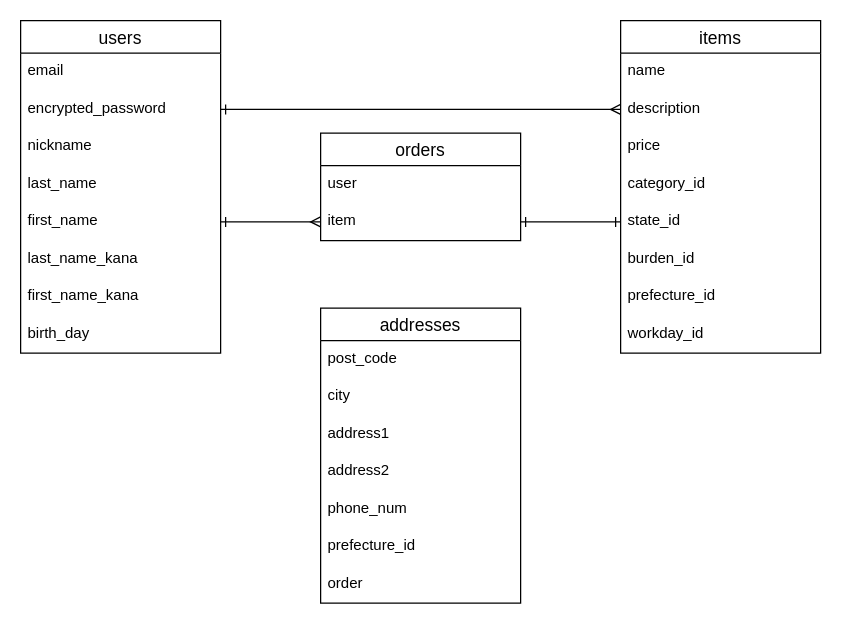
Above: er.drawio in nanarin829/furima-kagawa2022-nekosanteam (draw.io), before the change. Source tidied: cells renumbered, new cells numbered last; positions are measured from the earlier drawing's top-left corner, leaving out a move shared by most shapes. Both pictures are drawn from the tidied source at 125%, with x=0, y=0 at pixel (20, 20).
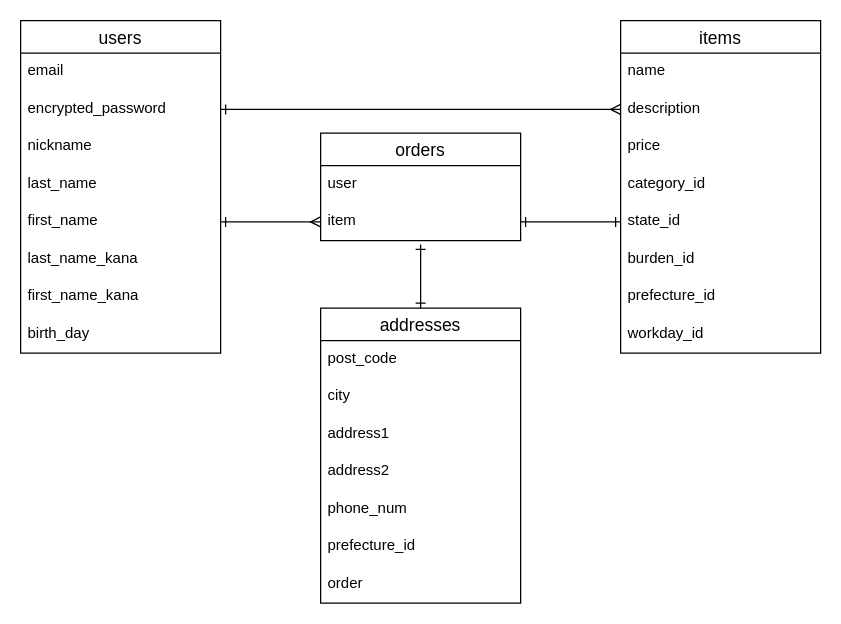
The same page after the edit.

Commit message (it also covers changes not shown here):
README.mdとER図の修正3

Unchanged cells that the change refers to:
```xml
<mxCell id="20" value="addresses" style="swimlane;fontStyle=0;horizontal=1;startSize=26;align=center;fontSize=14;" parent="1" vertex="1">
  <mxGeometry x="240" y="230" width="160" height="236" as="geometry" />
</mxCell>
<mxCell id="31" value="item" style="text;strokeColor=none;fillColor=none;spacingLeft=4;spacingRight=4;overflow=hidden;points=[[0,0.5],[1,0.5]];portConstraint=eastwest;fontSize=12;" parent="29" vertex="1">
  <mxGeometry y="56" width="160" height="30" as="geometry" />
</mxCell>
```

The edit, as a diff of the source:
```diff
@@
+    <mxCell id="34" style="edgeStyle=none;html=1;exitX=0.5;exitY=1.1;exitDx=0;exitDy=0;entryX=0.5;entryY=0;entryDx=0;entryDy=0;startArrow=ERone;startFill=0;endArrow=ERone;endFill=0;exitPerimeter=0;" parent="1" edge="1" source="31" target="20">
+      <mxGeometry relative="1" as="geometry" />
+    </mxCell>
```
